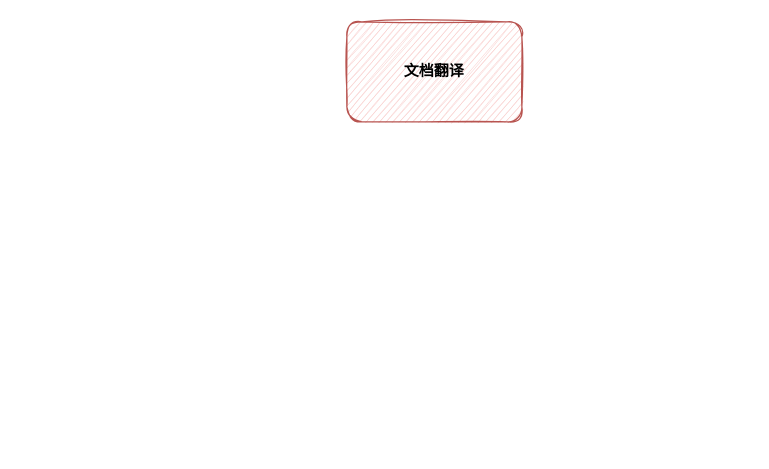
Earlier version of the draw.io diagram 未命名绘图.drawio (hgdhot/draw). Source tidied: cells renumbered, new cells numbered last; positions are measured from the earlier drawing's top-left corner, leaving out a move shared by most shapes. Both pictures are drawn from the tidied source at 125%, with x=0, y=0 at pixel (346, 21).
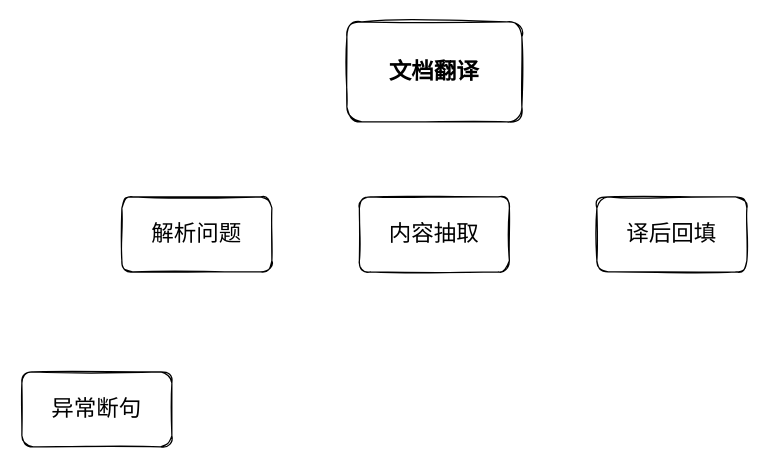
The same diagram, later.

Commit message (it also covers changes not shown here):
更新未命名绘图.drawio

Diff of the diagram source:
```diff
@@
 <mxGraphModel>
   <root>
     <mxCell id="0" />
     <mxCell id="1" parent="0" />
-    <mxCell id="2" value="文档翻译" style="rounded=1;whiteSpace=wrap;html=1;fillColor=#f8cecc;strokeColor=#b85450;gradientColor=none;shadow=0;sketch=1;fontStyle=1;" parent="1" vertex="1">
+    <mxCell id="2" value="文档翻译" style="rounded=1;whiteSpace=wrap;html=1;shadow=0;sketch=1;fontStyle=1;labelBorderColor=none;fontSize=18;" parent="1" vertex="1">
       <mxGeometry width="140" height="80" as="geometry" />
     </mxCell>
+    <mxCell id="3" value="解析问题" style="rounded=1;whiteSpace=wrap;html=1;shadow=0;labelBorderColor=none;sketch=1;fontSize=18;fontColor=#000000;gradientColor=none;" parent="1" vertex="1">
+      <mxGeometry x="-180" y="140" width="120" height="60" as="geometry" />
+    </mxCell>
+    <mxCell id="4" value="异常断句" style="rounded=1;whiteSpace=wrap;html=1;shadow=0;labelBorderColor=none;sketch=1;fontSize=18;fontColor=#000000;gradientColor=none;" parent="1" vertex="1">
+      <mxGeometry x="-260" y="280" width="120" height="60" as="geometry" />
+    </mxCell>
+    <mxCell id="5" value="内容抽取" style="rounded=1;whiteSpace=wrap;html=1;shadow=0;labelBorderColor=none;sketch=1;fontSize=18;fontColor=#000000;gradientColor=none;" parent="1" vertex="1">
+      <mxGeometry x="10" y="140" width="120" height="60" as="geometry" />
+    </mxCell>
+    <mxCell id="6" value="译后回填" style="rounded=1;whiteSpace=wrap;html=1;shadow=0;labelBorderColor=none;sketch=1;fontSize=18;fontColor=#000000;gradientColor=none;" parent="1" vertex="1">
+      <mxGeometry x="200" y="140" width="120" height="60" as="geometry" />
+    </mxCell>
   </root>
 </mxGraphModel>
```
